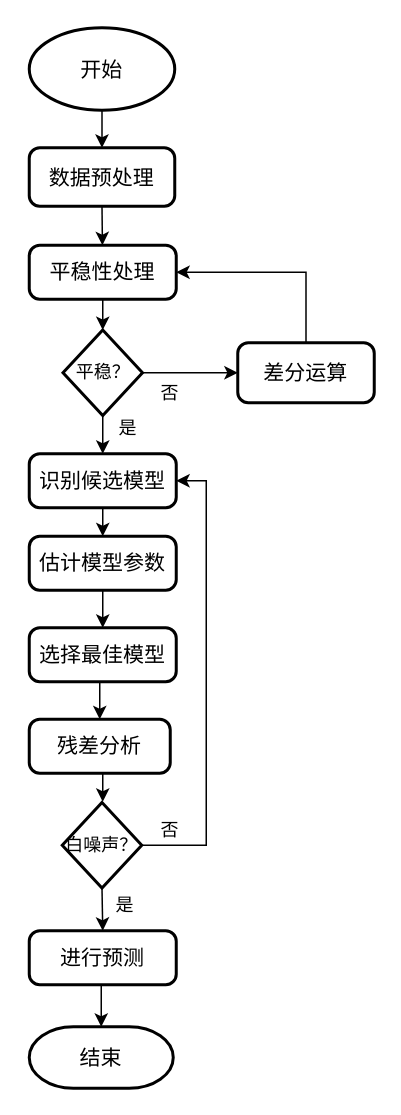
This is page "Page-1" (1 of 2) of 模型 Diagram.drawio from uncleislearning/thinking, a draw.io file, before an edit. Source tidied: cells renumbered, new cells numbered last; positions are measured from the earlier drawing's top-left corner, leaving out a move shared by most shapes. Both pictures are drawn from the tidied source at 150%, with x=0, y=0 at pixel (28, 27).
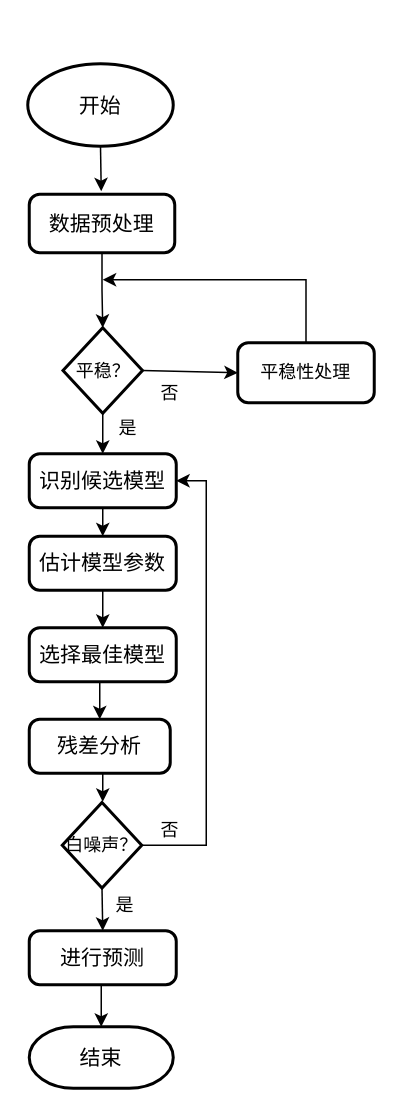
Above is the later version.

What changed in the source:
```diff
@@
-    <mxCell id="2" style="edgeStyle=none;rounded=0;jettySize=auto;html=1;exitX=0.5;exitY=1;exitDx=0;exitDy=0;exitPerimeter=0;entryX=0.5;entryY=0;entryDx=0;entryDy=0;" parent="1" edge="1" source="3" target="5">
-      <mxGeometry relative="1" as="geometry" />
-    </mxCell>
+    <mxCell id="31" style="edgeStyle=orthogonalEdgeStyle;rounded=0;jettySize=auto;html=1;exitX=0.5;exitY=1;exitDx=0;exitDy=0;exitPerimeter=0;" parent="1" edge="1" source="3">
+      <mxGeometry relative="1" as="geometry">
+        <mxPoint x="48" y="109" as="targetPoint" />
+      </mxGeometry>
+    </mxCell>
     <mxCell id="3" value="&lt;font style=&quot;font-size: 14px&quot;&gt;开始&lt;/font&gt;" style="strokeWidth=2;html=1;shape=mxgraph.flowchart.start_1;whiteSpace=wrap;" parent="1" vertex="1">
-      <mxGeometry width="97" height="55" as="geometry" />
+      <mxGeometry x="-1" y="24" width="97" height="55" as="geometry" />
     </mxCell>
-    <mxCell id="4" style="edgeStyle=none;rounded=0;jettySize=auto;html=1;exitX=0.5;exitY=1;exitDx=0;exitDy=0;" parent="1" edge="1" source="5" target="7">
-      <mxGeometry relative="1" as="geometry" />
-    </mxCell>
+    <mxCell id="32" style="edgeStyle=orthogonalEdgeStyle;rounded=0;jettySize=auto;html=1;exitX=0.5;exitY=1;exitDx=0;exitDy=0;entryX=0.5;entryY=0;entryDx=0;entryDy=0;entryPerimeter=0;" parent="1" edge="1" source="5" target="10">
+      <mxGeometry relative="1" as="geometry" />
+    </mxCell>
     <mxCell id="5" value="&lt;font style=&quot;font-size: 14px&quot;&gt;数据预处理&lt;/font&gt;" style="rounded=1;whiteSpace=wrap;html=1;absoluteArcSize=1;arcSize=14;strokeWidth=2;" parent="1" vertex="1">
-      <mxGeometry y="80" width="97" height="39" as="geometry" />
+      <mxGeometry y="111" width="97" height="39" as="geometry" />
     </mxCell>
-    <mxCell id="6" style="edgeStyle=none;rounded=0;jettySize=auto;html=1;exitX=0.5;exitY=1;exitDx=0;exitDy=0;entryX=0.5;entryY=0;entryDx=0;entryDy=0;entryPerimeter=0;" parent="1" edge="1" source="7" target="10">
-      <mxGeometry relative="1" as="geometry" />
-    </mxCell>
-    <mxCell id="7" value="&lt;font style=&quot;font-size: 14px&quot;&gt;平稳性处理&lt;/font&gt;" style="rounded=1;whiteSpace=wrap;html=1;absoluteArcSize=1;arcSize=14;strokeWidth=2;" parent="1" vertex="1">
-      <mxGeometry y="145" width="98" height="36" as="geometry" />
-    </mxCell>
@@
     <mxCell id="10" value="&lt;font style=&quot;font-size: 12px&quot;&gt;平稳？&lt;/font&gt;" style="strokeWidth=2;html=1;shape=mxgraph.flowchart.decision;whiteSpace=wrap;" parent="1" vertex="1">
-      <mxGeometry x="22.5" y="201.5" width="53" height="57" as="geometry" />
+      <mxGeometry x="22.5" y="200" width="53" height="57" as="geometry" />
     </mxCell>
-    <mxCell id="11" style="edgeStyle=orthogonalEdgeStyle;rounded=0;jettySize=auto;html=1;exitX=0.5;exitY=0;exitDx=0;exitDy=0;entryX=1;entryY=0.5;entryDx=0;entryDy=0;" parent="1" edge="1" source="12" target="7">
-      <mxGeometry relative="1" as="geometry" />
-    </mxCell>
+    <mxCell id="33" style="edgeStyle=orthogonalEdgeStyle;rounded=0;jettySize=auto;html=1;exitX=0.5;exitY=0;exitDx=0;exitDy=0;" parent="1" edge="1" source="12">
+      <mxGeometry relative="1" as="geometry">
+        <mxPoint x="49" y="168" as="targetPoint" />
+        <Array as="points">
+          <mxPoint x="185" y="168" />
+        </Array>
+      </mxGeometry>
+    </mxCell>
-    <mxCell id="12" value="&lt;font style=&quot;font-size: 14px&quot;&gt;差分运算&lt;/font&gt;" style="rounded=1;whiteSpace=wrap;html=1;absoluteArcSize=1;arcSize=14;strokeWidth=2;" parent="1" vertex="1">
+    <mxCell id="12" value="&lt;span&gt;平稳性处理&lt;/span&gt;&lt;br&gt;" style="rounded=1;whiteSpace=wrap;html=1;absoluteArcSize=1;arcSize=14;strokeWidth=2;" parent="1" vertex="1">
       <mxGeometry x="139" y="210" width="91" height="40" as="geometry" />
     </mxCell>
```
